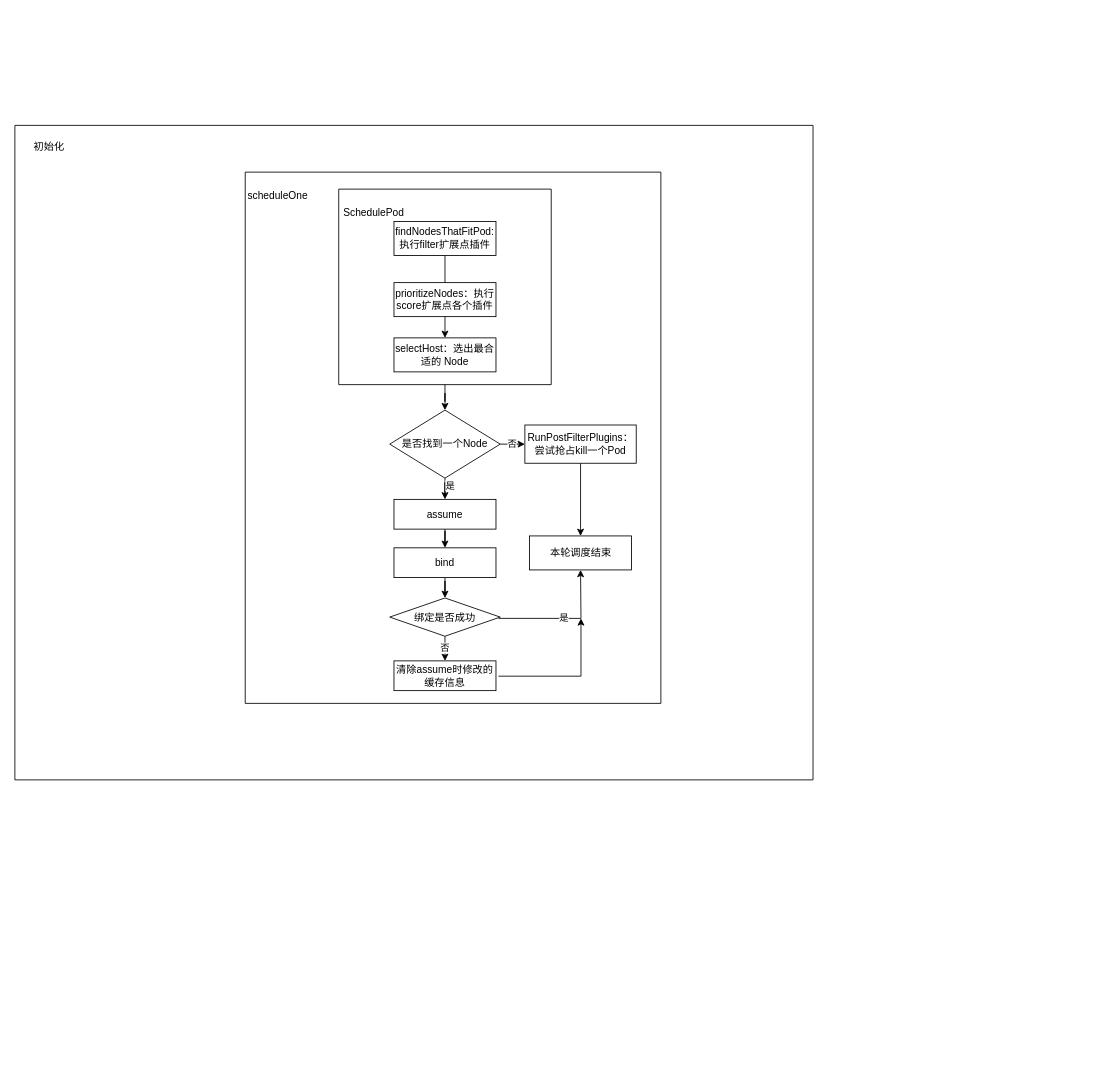
WebbingXu/draw keeps this draw.io diagram as 未命名绘图.drawio. Above is the earlier version. Source tidied: cells renumbered, new cells numbered last; positions are measured from the earlier drawing's top-left corner, leaving out a move shared by most shapes. Both pictures are drawn from the tidied source at 85%, with x=0, y=0 at pixel (14, 125).
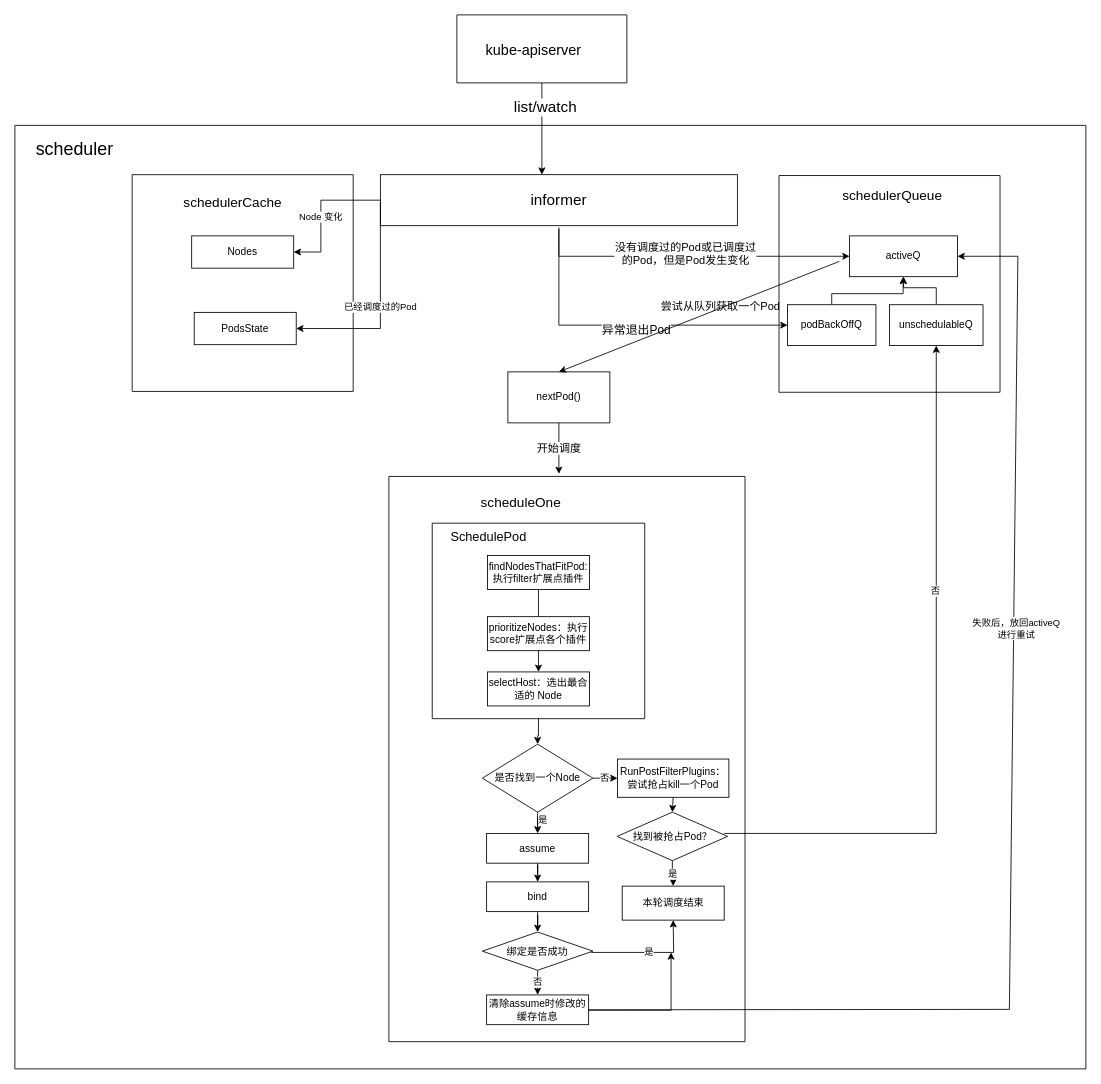
The same diagram, later.

Commit message:
更新未命名绘图.drawio

What changed in the source:
```diff
@@
-    <mxCell id="2" style="swimlane;startSize=0;" parent="1" vertex="1">
-      <mxGeometry width="939" height="770" as="geometry" />
+    <mxCell id="2" style="swimlane;startSize=0;fontStyle=0;" parent="1" vertex="1">
+      <mxGeometry width="1260" height="1110" as="geometry" />
     </mxCell>
-    <mxCell id="3" value="初始化" style="text;html=1;align=center;verticalAlign=middle;strokeColor=none;fillColor=none;" parent="2" vertex="1">
-      <mxGeometry x="10" y="10" width="60" height="30" as="geometry" />
-    </mxCell>
-    <mxCell id="4" style="swimlane;startSize=0;" parent="2" vertex="1">
-      <mxGeometry x="271" y="55" width="489" height="625" as="geometry" />
+    <mxCell id="4" style="swimlane;startSize=0;fontStyle=0;" parent="2" vertex="1">
+      <mxGeometry x="440" y="413" width="419" height="665" as="geometry" />
     </mxCell>
-    <mxCell id="5" style="edgeStyle=orthogonalEdgeStyle;rounded=0;jettySize=auto;html=1;" parent="4" edge="1" source="6" target="14">
+    <mxCell id="5" style="edgeStyle=orthogonalEdgeStyle;rounded=0;jettySize=auto;html=1;fontStyle=0;" parent="4" edge="1" source="6" target="14">
       <mxGeometry relative="1" as="geometry" />
     </mxCell>
-    <mxCell id="6" style="swimlane;startSize=0;" parent="4" vertex="1">
-      <mxGeometry x="110" y="20" width="250" height="230" as="geometry" />
+    <mxCell id="6" style="swimlane;startSize=0;fontStyle=0;" parent="4" vertex="1">
+      <mxGeometry x="51" y="55" width="250" height="230" as="geometry" />
     </mxCell>
-    <mxCell id="7" style="edgeStyle=orthogonalEdgeStyle;rounded=0;jettySize=auto;html=1;" parent="6" edge="1" source="8" target="10">
+    <mxCell id="7" style="edgeStyle=orthogonalEdgeStyle;rounded=0;jettySize=auto;html=1;fontStyle=0;" parent="6" edge="1" source="8" target="10">
       <mxGeometry relative="1" as="geometry" />
     </mxCell>
-    <mxCell id="8" value="findNodesThatFitPod:执行filter扩展点插件" style="rounded=0;whiteSpace=wrap;html=1;" parent="6" vertex="1">
+    <mxCell id="8" value="findNodesThatFitPod:执行filter扩展点插件" style="rounded=0;whiteSpace=wrap;html=1;fontStyle=0;" parent="6" vertex="1">
       <mxGeometry x="65" y="38" width="120" height="40" as="geometry" />
     </mxCell>
-    <mxCell id="9" value="prioritizeNodes：执行score扩展点各个插件" style="rounded=0;whiteSpace=wrap;html=1;" parent="6" vertex="1">
+    <mxCell id="9" value="prioritizeNodes：执行score扩展点各个插件" style="rounded=0;whiteSpace=wrap;html=1;fontStyle=0;" parent="6" vertex="1">
       <mxGeometry x="65" y="110" width="120" height="40" as="geometry" />
     </mxCell>
-    <mxCell id="10" value="selectHost：选出最合适的 Node" style="rounded=0;whiteSpace=wrap;html=1;" parent="6" vertex="1">
+    <mxCell id="10" value="selectHost：选出最合适的 Node" style="rounded=0;whiteSpace=wrap;html=1;fontStyle=0;" parent="6" vertex="1">
       <mxGeometry x="65" y="175" width="120" height="40" as="geometry" />
     </mxCell>
+    <mxCell id="27" value="&lt;font style=&quot;font-size: 15px;&quot;&gt;&lt;span&gt;SchedulePod&lt;/span&gt;&lt;/font&gt;" style="text;html=1;align=center;verticalAlign=middle;strokeColor=none;fillColor=none;fontStyle=0;" parent="6" vertex="1">
+      <mxGeometry x="11" width="110" height="30" as="geometry" />
+    </mxCell>
-    <mxCell id="11" value="否" style="edgeStyle=orthogonalEdgeStyle;rounded=0;jettySize=auto;html=1;" parent="4" edge="1" source="14" target="16">
+    <mxCell id="11" value="否" style="edgeStyle=orthogonalEdgeStyle;rounded=0;jettySize=auto;html=1;fontStyle=0;" parent="4" edge="1" source="14" target="16">
       <mxGeometry relative="1" as="geometry" />
     </mxCell>
-    <mxCell id="12" style="edgeStyle=orthogonalEdgeStyle;rounded=0;jettySize=auto;html=1;" parent="4" edge="1" source="14" target="19">
+    <mxCell id="12" style="edgeStyle=orthogonalEdgeStyle;rounded=0;jettySize=auto;html=1;fontStyle=0;" parent="4" edge="1" source="14" target="19">
       <mxGeometry relative="1" as="geometry" />
     </mxCell>
-    <mxCell id="13" value="是" style="edgeLabel;html=1;align=center;verticalAlign=middle;" parent="12" vertex="1">
+    <mxCell id="13" value="是" style="edgeLabel;html=1;align=center;verticalAlign=middle;fontStyle=0;" parent="12" vertex="1">
       <mxGeometry x="0.38" y="5" relative="1" as="geometry" />
     </mxCell>
-    <mxCell id="14" value="是否找到一个Node" style="rhombus;whiteSpace=wrap;html=1;" parent="4" vertex="1">
-      <mxGeometry x="170" y="280" width="130" height="80" as="geometry" />
+    <mxCell id="14" value="是否找到一个Node" style="rhombus;whiteSpace=wrap;html=1;fontStyle=0;" parent="4" vertex="1">
+      <mxGeometry x="110" y="315" width="130" height="80" as="geometry" />
     </mxCell>
-    <mxCell id="15" style="edgeStyle=orthogonalEdgeStyle;rounded=0;jettySize=auto;html=1;" parent="4" edge="1" source="16" target="17">
-      <mxGeometry relative="1" as="geometry" />
-    </mxCell>
-    <mxCell id="16" value="RunPostFilterPlugins：尝试抢占kill一个Pod" style="rounded=0;whiteSpace=wrap;html=1;" parent="4" vertex="1">
-      <mxGeometry x="329" y="297.5" width="131" height="45" as="geometry" />
+    <mxCell id="16" value="RunPostFilterPlugins：尝试抢占kill一个Pod" style="rounded=0;whiteSpace=wrap;html=1;fontStyle=0;" parent="4" vertex="1">
+      <mxGeometry x="269" y="332.5" width="131" height="45" as="geometry" />
     </mxCell>
-    <mxCell id="17" value="本轮调度结束" style="rounded=0;whiteSpace=wrap;html=1;" parent="4" vertex="1">
-      <mxGeometry x="334.5" y="428" width="120" height="40" as="geometry" />
+    <mxCell id="17" value="本轮调度结束" style="rounded=0;whiteSpace=wrap;html=1;fontStyle=0;" parent="4" vertex="1">
+      <mxGeometry x="274.5" y="482" width="120" height="40" as="geometry" />
     </mxCell>
-    <mxCell id="18" style="edgeStyle=orthogonalEdgeStyle;rounded=0;jettySize=auto;html=1;" parent="4" edge="1" source="19" target="21">
+    <mxCell id="18" style="edgeStyle=orthogonalEdgeStyle;rounded=0;jettySize=auto;html=1;fontStyle=0;" parent="4" edge="1" source="19" target="21">
       <mxGeometry relative="1" as="geometry" />
     </mxCell>
-    <mxCell id="19" value="assume" style="whiteSpace=wrap;html=1;" parent="4" vertex="1">
-      <mxGeometry x="175" y="385" width="120" height="35" as="geometry" />
+    <mxCell id="19" value="assume" style="whiteSpace=wrap;html=1;fontStyle=0;" parent="4" vertex="1">
+      <mxGeometry x="115" y="420" width="120" height="35" as="geometry" />
     </mxCell>
-    <mxCell id="20" style="edgeStyle=orthogonalEdgeStyle;rounded=0;jettySize=auto;html=1;" parent="4" edge="1" source="21" target="23">
+    <mxCell id="20" style="edgeStyle=orthogonalEdgeStyle;rounded=0;jettySize=auto;html=1;fontStyle=0;" parent="4" edge="1" source="21" target="23">
       <mxGeometry relative="1" as="geometry" />
     </mxCell>
-    <mxCell id="21" value="bind" style="whiteSpace=wrap;html=1;" parent="4" vertex="1">
-      <mxGeometry x="175" y="442" width="120" height="35" as="geometry" />
+    <mxCell id="21" value="bind" style="whiteSpace=wrap;html=1;fontStyle=0;" parent="4" vertex="1">
+      <mxGeometry x="115" y="477" width="120" height="35" as="geometry" />
     </mxCell>
-    <mxCell id="22" value="否" style="edgeStyle=orthogonalEdgeStyle;rounded=0;jettySize=auto;html=1;" parent="4" edge="1" source="23" target="25">
+    <mxCell id="22" value="否" style="edgeStyle=orthogonalEdgeStyle;rounded=0;jettySize=auto;html=1;fontStyle=0;" parent="4" edge="1" source="23" target="25">
       <mxGeometry relative="1" as="geometry" />
     </mxCell>
-    <mxCell id="23" value="绑定是否成功" style="rhombus;whiteSpace=wrap;html=1;" parent="4" vertex="1">
-      <mxGeometry x="170" y="501" width="130" height="45" as="geometry" />
+    <mxCell id="23" value="绑定是否成功" style="rhombus;whiteSpace=wrap;html=1;fontStyle=0;" parent="4" vertex="1">
+      <mxGeometry x="110" y="536" width="130" height="45" as="geometry" />
     </mxCell>
-    <mxCell id="24" value="是" style="endArrow=classic;html=1;rounded=0;entryX=0.5;entryY=1;entryDx=0;entryDy=0;" parent="4" edge="1" target="17">
+    <mxCell id="24" value="是" style="endArrow=classic;html=1;rounded=0;entryX=0.5;entryY=1;entryDx=0;entryDy=0;fontStyle=0;" parent="4" edge="1" target="17">
       <mxGeometry relative="1" as="geometry">
-        <mxPoint x="298" y="525" as="sourcePoint" />
+        <mxPoint x="238" y="560" as="sourcePoint" />
         <Array as="points">
-          <mxPoint x="395" y="525" />
+          <mxPoint x="335" y="560" />
         </Array>
       </mxGeometry>
     </mxCell>
-    <mxCell id="25" value="清除assume时修改的缓存信息" style="whiteSpace=wrap;html=1;" parent="4" vertex="1">
-      <mxGeometry x="175" y="575" width="120" height="35" as="geometry" />
+    <mxCell id="25" value="清除assume时修改的缓存信息" style="whiteSpace=wrap;html=1;fontStyle=0;" parent="4" vertex="1">
+      <mxGeometry x="115" y="610" width="120" height="35" as="geometry" />
     </mxCell>
+    <mxCell id="28" style="endArrow=classic;html=1;rounded=0;fontStyle=0;" parent="4" edge="1">
+      <mxGeometry relative="1" as="geometry">
+        <mxPoint x="235" y="628" as="sourcePoint" />
+        <mxPoint x="332" y="560" as="targetPoint" />
+        <Array as="points">
+          <mxPoint x="332" y="628" />
+        </Array>
+      </mxGeometry>
+    </mxCell>
-    <mxCell id="26" value="scheduleOne" style="text;html=1;align=center;verticalAlign=middle;strokeColor=none;fillColor=none;" parent="1" vertex="1">
-      <mxGeometry x="264" y="68" width="90" height="30" as="geometry" />
+    <mxCell id="26" value="&lt;font style=&quot;font-size: 16px;&quot;&gt;scheduleOne&lt;/font&gt;" style="text;html=1;align=center;verticalAlign=middle;strokeColor=none;fillColor=none;fontStyle=0;" parent="4" vertex="1">
+      <mxGeometry x="95" y="15" width="120" height="30" as="geometry" />
     </mxCell>
-    <mxCell id="27" value="SchedulePod" style="text;html=1;align=center;verticalAlign=middle;strokeColor=none;fillColor=none;" parent="1" vertex="1">
-      <mxGeometry x="377" y="88" width="90" height="30" as="geometry" />
-    </mxCell>
-    <mxCell id="28" style="endArrow=classic;html=1;rounded=0;" parent="1" edge="1">
-      <mxGeometry relative="1" as="geometry">
-        <mxPoint x="569" y="648" as="sourcePoint" />
-        <mxPoint x="666" y="580" as="targetPoint" />
-        <Array as="points">
-          <mxPoint x="666" y="648" />
-        </Array>
-      </mxGeometry>
-    </mxCell>
+    <mxCell id="29" value="是" style="edgeStyle=orthogonalEdgeStyle;rounded=0;jettySize=auto;html=1;fontStyle=0;" parent="4" edge="1" source="30" target="17">
+      <mxGeometry relative="1" as="geometry" />
+    </mxCell>
+    <mxCell id="30" value="找到被抢占Pod？" style="rhombus;whiteSpace=wrap;html=1;fontStyle=0;" parent="4" vertex="1">
+      <mxGeometry x="268.5" y="395" width="130" height="57" as="geometry" />
+    </mxCell>
+    <mxCell id="31" style="endArrow=classic;html=1;rounded=0;entryX=0.5;entryY=1;entryDx=0;entryDy=0;fontStyle=0;" parent="4" edge="1" target="44">
+      <mxGeometry relative="1" as="geometry">
+        <mxPoint x="394.5" y="420" as="sourcePoint" />
+        <Array as="points">
+          <mxPoint x="644" y="420" />
+        </Array>
+      </mxGeometry>
+    </mxCell>
+    <mxCell id="32" value="否" style="edgeLabel;html=1;align=center;verticalAlign=middle;fontStyle=0;" parent="31" vertex="1">
+      <mxGeometry x="0.3" y="2" relative="1" as="geometry" />
+    </mxCell>
+    <mxCell id="33" style="endArrow=classic;html=1;rounded=0;exitX=0.5;exitY=1;exitDx=0;exitDy=0;entryX=0.5;entryY=0;entryDx=0;entryDy=0;fontStyle=0;" parent="4" edge="1" source="16" target="30">
+      <mxGeometry relative="1" as="geometry" />
+    </mxCell>
+    <mxCell id="34" style="swimlane;startSize=0;fontStyle=0;" parent="2" vertex="1">
+      <mxGeometry x="138" y="58" width="260" height="255" as="geometry" />
+    </mxCell>
+    <mxCell id="35" value="&lt;font style=&quot;font-size: 16px;&quot;&gt;schedulerCache&lt;/font&gt;" style="text;html=1;align=center;verticalAlign=middle;strokeColor=none;fillColor=none;fontStyle=0;" parent="34" vertex="1">
+      <mxGeometry x="48" y="18" width="140" height="30" as="geometry" />
+    </mxCell>
+    <mxCell id="36" value="&lt;span&gt;Nodes&lt;/span&gt;" style="rounded=0;whiteSpace=wrap;html=1;fontStyle=0;" parent="34" vertex="1">
+      <mxGeometry x="70" y="72" width="120" height="38" as="geometry" />
+    </mxCell>
+    <mxCell id="37" value="&lt;span&gt;PodsState&lt;/span&gt;" style="rounded=0;whiteSpace=wrap;html=1;fontStyle=0;" parent="34" vertex="1">
+      <mxGeometry x="73" y="162" width="120" height="38" as="geometry" />
+    </mxCell>
+    <mxCell id="38" style="swimlane;startSize=0;fontStyle=0;" parent="2" vertex="1">
+      <mxGeometry x="899" y="59" width="260" height="255" as="geometry" />
+    </mxCell>
+    <mxCell id="39" value="&lt;font style=&quot;font-size: 16px;&quot;&gt;schedulerQueue&lt;/font&gt;" style="text;html=1;align=center;verticalAlign=middle;strokeColor=none;fillColor=none;fontStyle=0;" parent="38" vertex="1">
+      <mxGeometry x="63" y="8" width="140" height="30" as="geometry" />
+    </mxCell>
+    <mxCell id="40" value="activeQ" style="rounded=0;whiteSpace=wrap;html=1;fontStyle=0;" parent="38" vertex="1">
+      <mxGeometry x="83" y="71" width="127" height="48" as="geometry" />
+    </mxCell>
+    <mxCell id="41" style="edgeStyle=orthogonalEdgeStyle;rounded=0;jettySize=auto;html=1;fontStyle=0;" parent="38" edge="1" source="42" target="40">
+      <mxGeometry relative="1" as="geometry">
+        <Array as="points">
+          <mxPoint x="62" y="139" />
+          <mxPoint x="146" y="139" />
+        </Array>
+      </mxGeometry>
+    </mxCell>
+    <mxCell id="42" value="podBackOffQ" style="rounded=0;whiteSpace=wrap;html=1;fontStyle=0;" parent="38" vertex="1">
+      <mxGeometry x="10" y="152" width="104" height="48" as="geometry" />
+    </mxCell>
+    <mxCell id="43" style="edgeStyle=orthogonalEdgeStyle;rounded=0;jettySize=auto;html=1;fontStyle=0;" parent="38" edge="1" source="44" target="40">
+      <mxGeometry relative="1" as="geometry" />
+    </mxCell>
+    <mxCell id="44" value="unschedulableQ" style="rounded=0;whiteSpace=wrap;html=1;fontStyle=0;" parent="38" vertex="1">
+      <mxGeometry x="130" y="152" width="110" height="48" as="geometry" />
+    </mxCell>
+    <mxCell id="45" style="edgeStyle=orthogonalEdgeStyle;rounded=0;jettySize=auto;html=1;entryX=1;entryY=0.5;entryDx=0;entryDy=0;fontStyle=0;" parent="2" edge="1" source="49" target="36">
+      <mxGeometry relative="1" as="geometry">
+        <Array as="points">
+          <mxPoint x="360" y="88" />
+          <mxPoint x="360" y="149" />
+        </Array>
+      </mxGeometry>
+    </mxCell>
+    <mxCell id="46" value="&lt;span&gt;Node 变化&lt;/span&gt;" style="edgeLabel;html=1;align=center;verticalAlign=middle;fontStyle=0;" parent="45" vertex="1">
+      <mxGeometry x="0.09" y="-1" relative="1" as="geometry" />
+    </mxCell>
+    <mxCell id="47" style="edgeStyle=orthogonalEdgeStyle;rounded=0;jettySize=auto;html=1;entryX=0;entryY=0.5;entryDx=0;entryDy=0;fontStyle=0;" parent="2" edge="1" target="40">
+      <mxGeometry relative="1" as="geometry">
+        <mxPoint x="640" y="122" as="sourcePoint" />
+        <Array as="points">
+          <mxPoint x="640" y="154" />
+        </Array>
+      </mxGeometry>
+    </mxCell>
+    <mxCell id="48" value="&lt;div style=&quot;font-size: 13px;&quot;&gt;&lt;font style=&quot;font-size: 13px;&quot;&gt;&lt;span&gt;&lt;font style=&quot;font-size: 13px;&quot;&gt;没有调度过的Pod&lt;/font&gt;或已调度过&lt;/span&gt;&lt;/font&gt;&lt;/div&gt;&lt;div style=&quot;font-size: 13px;&quot;&gt;&lt;font style=&quot;font-size: 13px;&quot;&gt;&lt;span&gt;的Pod，但是Pod发生变化&lt;/span&gt;&lt;/font&gt;&lt;/div&gt;" style="edgeLabel;html=1;align=center;verticalAlign=middle;fontStyle=0;" parent="47" vertex="1">
+      <mxGeometry x="-0.04" y="4" relative="1" as="geometry" />
+    </mxCell>
+    <mxCell id="49" value="&lt;span&gt;&lt;font style=&quot;font-size: 18px;&quot;&gt;informer&lt;/font&gt;&lt;/span&gt;" style="rounded=0;whiteSpace=wrap;html=1;fontStyle=0;" parent="2" vertex="1">
+      <mxGeometry x="430" y="58" width="420" height="60" as="geometry" />
+    </mxCell>
+    <mxCell id="50" value="&lt;span&gt;已经调度过的Pod&lt;/span&gt;" style="endArrow=classic;html=1;rounded=0;entryX=1;entryY=0.5;entryDx=0;entryDy=0;fontStyle=0;" parent="2" edge="1" target="37">
+      <mxGeometry relative="1" as="geometry">
+        <mxPoint x="430" y="90" as="sourcePoint" />
+        <Array as="points">
+          <mxPoint x="430" y="239" />
+        </Array>
+      </mxGeometry>
+    </mxCell>
+    <mxCell id="51" value="&lt;div style=&quot;font-size: 21px;&quot;&gt;&lt;font style=&quot;font-size: 21px;&quot;&gt;&lt;span&gt;scheduler&lt;/span&gt;&lt;/font&gt;&lt;/div&gt;&lt;div style=&quot;font-size: 21px;&quot;&gt;&lt;font style=&quot;font-size: 21px;&quot;&gt;&lt;span&gt;&lt;br&gt;&lt;/span&gt;&lt;/font&gt;&lt;/div&gt;" style="text;html=1;align=center;verticalAlign=middle;strokeColor=none;fillColor=none;fontStyle=0;" parent="2" vertex="1">
+      <mxGeometry x="15" y="10" width="110" height="60" as="geometry" />
+    </mxCell>
+    <mxCell id="52" value="&lt;span&gt;&lt;font style=&quot;font-size: 13px;&quot;&gt;开始调度&lt;/font&gt;&lt;/span&gt;" style="edgeStyle=orthogonalEdgeStyle;rounded=0;jettySize=auto;html=1;fontStyle=0;" parent="2" edge="1" source="53">
+      <mxGeometry relative="1" as="geometry">
+        <mxPoint x="640" y="410" as="targetPoint" />
+        <Array as="points">
+          <mxPoint x="640" y="350" />
+          <mxPoint x="640" y="350" />
+        </Array>
+      </mxGeometry>
+    </mxCell>
+    <mxCell id="53" value="&lt;span&gt;nextPod()&lt;/span&gt;" style="whiteSpace=wrap;html=1;fontStyle=0;" parent="2" vertex="1">
+      <mxGeometry x="580" y="290" width="120" height="60" as="geometry" />
+    </mxCell>
+    <mxCell id="54" style="endArrow=classic;html=1;rounded=0;exitX=1;exitY=0.5;exitDx=0;exitDy=0;entryX=1;entryY=0.5;entryDx=0;entryDy=0;fontStyle=0;" parent="2" edge="1" source="25" target="40">
+      <mxGeometry relative="1" as="geometry">
+        <Array as="points">
+          <mxPoint x="1170" y="1040" />
+          <mxPoint x="1180" y="154" />
+        </Array>
+      </mxGeometry>
+    </mxCell>
+    <mxCell id="55" value="&lt;div&gt;失败后，放回activeQ&lt;/div&gt;&lt;div&gt;进行重试&lt;br&gt;&lt;/div&gt;" style="edgeLabel;html=1;align=center;verticalAlign=middle;fontStyle=0;" parent="54" vertex="1">
+      <mxGeometry x="0.3" y="-2" relative="1" as="geometry" />
+    </mxCell>
+    <mxCell id="56" style="edgeStyle=orthogonalEdgeStyle;rounded=0;jettySize=auto;html=1;fontStyle=0;" parent="1" edge="1" source="58" target="49">
+      <mxGeometry relative="1" as="geometry">
+        <Array as="points">
+          <mxPoint x="620" y="40" />
+          <mxPoint x="620" y="40" />
+        </Array>
+      </mxGeometry>
+    </mxCell>
+    <mxCell id="57" value="&lt;font style=&quot;font-size: 18px;&quot;&gt;&lt;span&gt;list/watch&lt;/span&gt;&lt;/font&gt;" style="edgeLabel;html=1;align=center;verticalAlign=middle;fontStyle=0;" parent="56" vertex="1">
+      <mxGeometry x="-0.5" y="3" relative="1" as="geometry">
+        <mxPoint y="1" as="offset" />
+      </mxGeometry>
+    </mxCell>
+    <mxCell id="58" style="swimlane;startSize=0;fontStyle=0;" parent="1" vertex="1">
+      <mxGeometry x="520" y="-130" width="200" height="80" as="geometry" />
+    </mxCell>
+    <mxCell id="59" value="&lt;font style=&quot;font-size: 17px;&quot;&gt;kube-apiserver&lt;/font&gt;" style="text;html=1;align=center;verticalAlign=middle;strokeColor=none;fillColor=none;strokeWidth=2;fontStyle=0;" parent="1" vertex="1">
+      <mxGeometry x="540" y="-102" width="140" height="30" as="geometry" />
+    </mxCell>
+    <mxCell id="60" style="endArrow=classic;html=1;rounded=0;entryX=0;entryY=0.5;entryDx=0;entryDy=0;fontStyle=0;" parent="1" edge="1" target="42">
+      <mxGeometry relative="1" as="geometry">
+        <mxPoint x="640" y="120" as="sourcePoint" />
+        <Array as="points">
+          <mxPoint x="640" y="235" />
+        </Array>
+      </mxGeometry>
+    </mxCell>
+    <mxCell id="61" value="&lt;span&gt;&lt;font style=&quot;font-size: 14px;&quot;&gt;异常退出Pod&lt;/font&gt;&lt;/span&gt;" style="edgeLabel;html=1;align=center;verticalAlign=middle;fontStyle=0;" parent="60" vertex="1">
+      <mxGeometry x="0.07" y="-5" relative="1" as="geometry" />
+    </mxCell>
+    <mxCell id="62" style="endArrow=classic;html=1;rounded=0;entryX=0.5;entryY=0;entryDx=0;entryDy=0;fontStyle=0;" parent="1" edge="1" target="53">
+      <mxGeometry relative="1" as="geometry">
+        <mxPoint x="970" y="160" as="sourcePoint" />
+      </mxGeometry>
+    </mxCell>
+    <mxCell id="63" value="&lt;span&gt;&lt;font style=&quot;font-size: 13px;&quot;&gt;尝试从队列获取一个Pod&lt;/font&gt;&lt;/span&gt;" style="text;html=1;align=center;verticalAlign=middle;strokeColor=none;fillColor=none;fontStyle=0;" parent="1" vertex="1">
+      <mxGeometry x="750" y="198" width="160" height="30" as="geometry" />
+    </mxCell>
```
